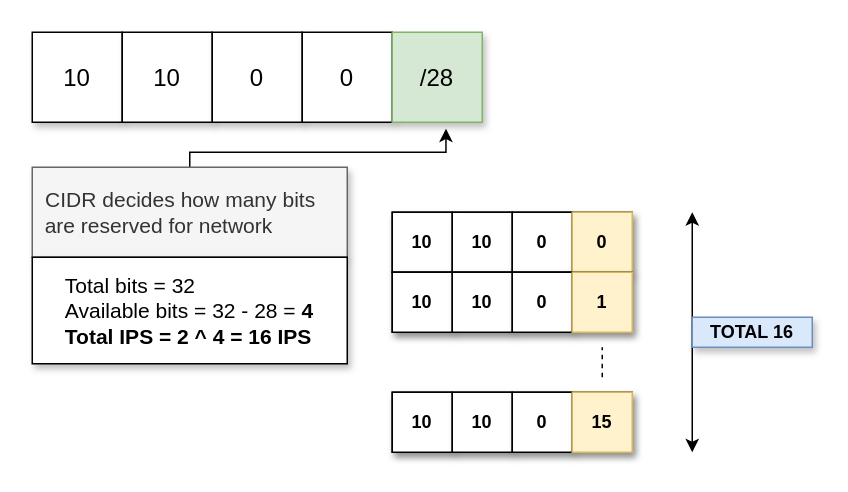
karankumarshreds/AWS-Cloudformation keeps this draw.io diagram as cidr.drawio. Above is the earlier version. Source tidied: cells renumbered, new cells numbered last; positions are measured from the earlier drawing's top-left corner, leaving out a move shared by most shapes. Both pictures are drawn from the tidied source at 150%, with x=0, y=0 at pixel (32, 32).
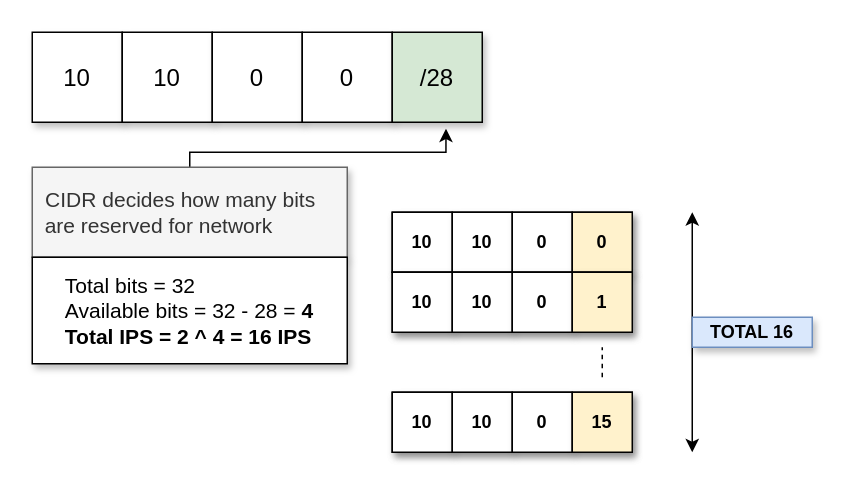
The same page after the edit.

The edit, as a diff of the source:
```diff
@@
-    <mxCell id="6" value="&lt;font style=&quot;font-size: 16px&quot;&gt;/28&lt;/font&gt;" style="rounded=0;whiteSpace=wrap;html=1;shadow=1;fillColor=#d5e8d4;strokeColor=#82b366;" parent="1" vertex="1">
+    <mxCell id="6" value="&lt;font style=&quot;font-size: 16px&quot;&gt;/28&lt;/font&gt;" style="rounded=0;whiteSpace=wrap;html=1;shadow=1;fillColor=#d5e8d4;" parent="1" vertex="1">
       <mxGeometry x="240" width="60" height="60" as="geometry" />
     </mxCell>
@@
-    <mxCell id="14" value="&lt;b&gt;0&lt;/b&gt;" style="rounded=0;whiteSpace=wrap;html=1;shadow=1;fillColor=#fff2cc;strokeColor=#d6b656;" parent="1" vertex="1">
+    <mxCell id="14" value="&lt;b&gt;0&lt;/b&gt;" style="rounded=0;whiteSpace=wrap;html=1;shadow=1;fillColor=#fff2cc;" parent="1" vertex="1">
       <mxGeometry x="360" y="120" width="40" height="40" as="geometry" />
     </mxCell>
@@
-    <mxCell id="19" value="&lt;b&gt;1&lt;/b&gt;" style="rounded=0;whiteSpace=wrap;html=1;shadow=1;fillColor=#fff2cc;strokeColor=#d6b656;" parent="1" vertex="1">
+    <mxCell id="19" value="&lt;b&gt;1&lt;/b&gt;" style="rounded=0;whiteSpace=wrap;html=1;shadow=1;fillColor=#fff2cc;" parent="1" vertex="1">
       <mxGeometry x="360" y="160" width="40" height="40" as="geometry" />
     </mxCell>
@@
-    <mxCell id="24" value="&lt;b&gt;15&lt;/b&gt;" style="rounded=0;whiteSpace=wrap;html=1;shadow=1;fillColor=#fff2cc;strokeColor=#d6b656;" parent="1" vertex="1">
+    <mxCell id="24" value="&lt;b&gt;15&lt;/b&gt;" style="rounded=0;whiteSpace=wrap;html=1;shadow=1;fillColor=#fff2cc;" parent="1" vertex="1">
       <mxGeometry x="360" y="240" width="40" height="40" as="geometry" />
     </mxCell>
```
